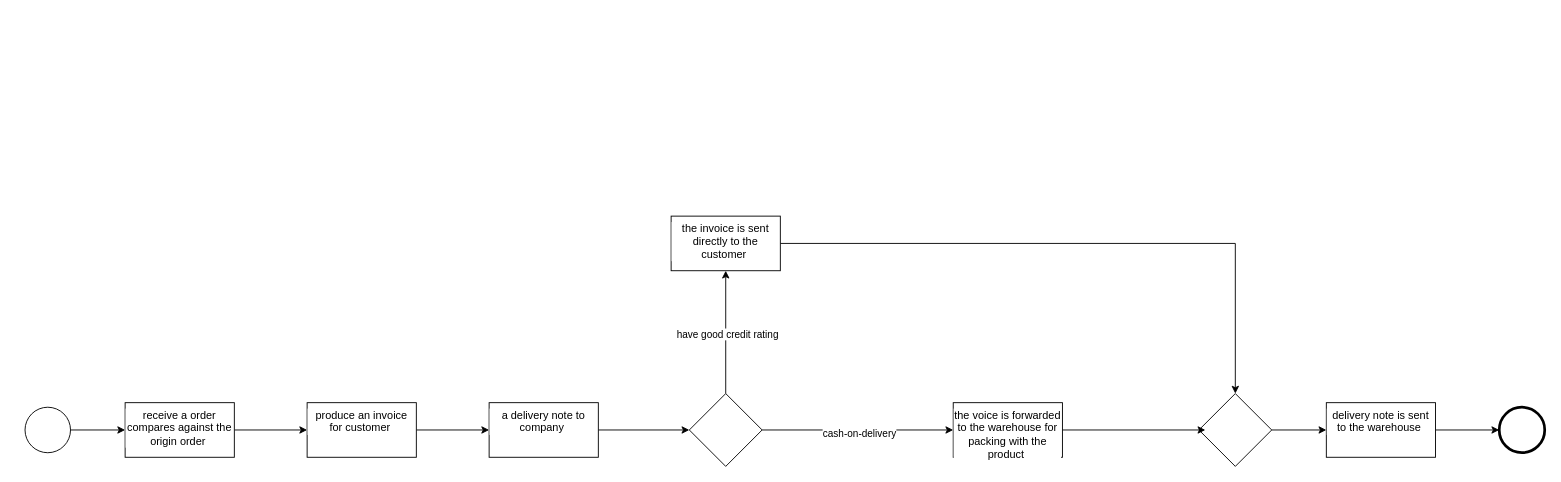
Above: LAB3.drawio in HuangKst/EnterpriseSystemArch (draw.io), before the change. Source tidied: cells renumbered, new cells numbered last; positions are measured from the earlier drawing's top-left corner, leaving out a move shared by most shapes. Both pictures are drawn from the tidied source at 91%, with x=0, y=0 at pixel (25, 216).
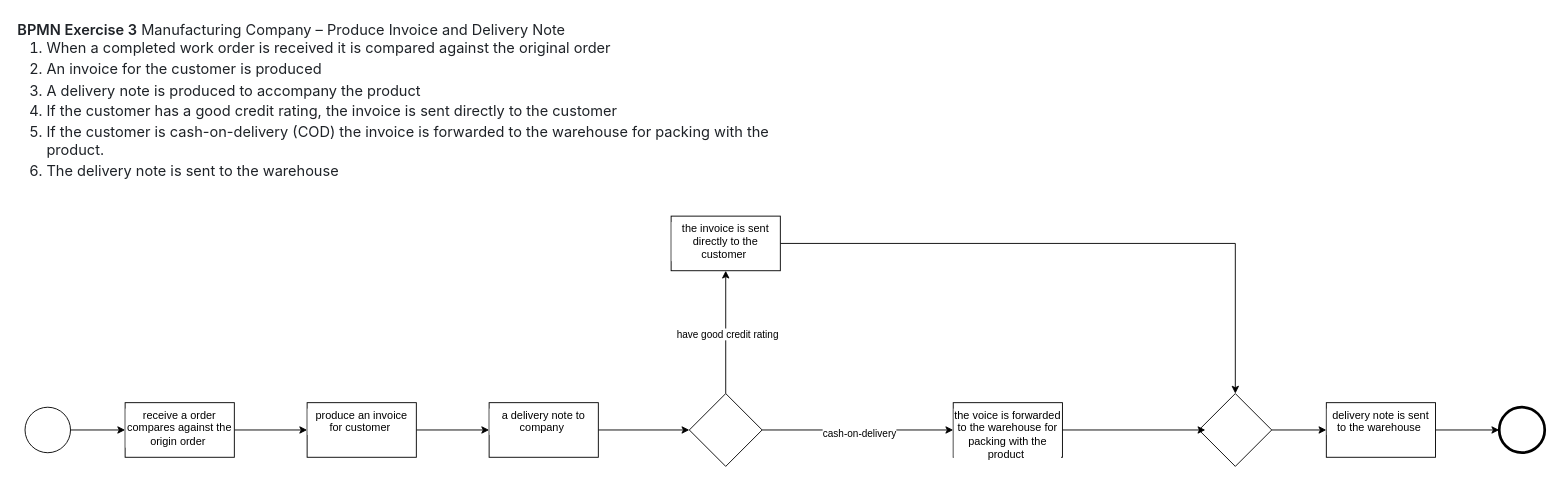
The same page after the edit.

Change to the diagram source:
```diff
@@
+    <mxCell id="24" value="&lt;p dir=&quot;auto&quot; style=&quot;box-sizing: border-box; margin-top: 0px; margin-bottom: var(--base-size-16); color: rgb(31, 35, 40); font-family: -apple-system, BlinkMacSystemFont, &amp;quot;Segoe UI&amp;quot;, &amp;quot;Noto Sans&amp;quot;, Helvetica, Arial, sans-serif, &amp;quot;Apple Color Emoji&amp;quot;, &amp;quot;Segoe UI Emoji&amp;quot;; font-size: 16px; font-style: normal; font-variant-ligatures: normal; font-variant-caps: normal; font-weight: 400; letter-spacing: normal; orphans: 2; text-align: start; text-indent: 0px; text-transform: none; widows: 2; word-spacing: 0px; -webkit-text-stroke-width: 0px; white-space: normal; background-color: rgb(255, 255, 255); text-decoration-thickness: initial; text-decoration-style: initial; text-decoration-color: initial;&quot;&gt;&lt;strong style=&quot;box-sizing: border-box; font-weight: var(--base-text-weight-semibold, 600);&quot;&gt;BPMN Exercise 3&lt;/strong&gt;&lt;span&gt;&amp;nbsp;&lt;/span&gt;Manufacturing Company – Produce Invoice and Delivery Note&lt;/p&gt;&lt;ol dir=&quot;auto&quot; style=&quot;box-sizing: border-box; padding-left: 2em; margin-top: 0px; margin-bottom: 0px !important; color: rgb(31, 35, 40); font-family: -apple-system, BlinkMacSystemFont, &amp;quot;Segoe UI&amp;quot;, &amp;quot;Noto Sans&amp;quot;, Helvetica, Arial, sans-serif, &amp;quot;Apple Color Emoji&amp;quot;, &amp;quot;Segoe UI Emoji&amp;quot;; font-size: 16px; font-style: normal; font-variant-ligatures: normal; font-variant-caps: normal; font-weight: 400; letter-spacing: normal; orphans: 2; text-align: start; text-indent: 0px; text-transform: none; widows: 2; word-spacing: 0px; -webkit-text-stroke-width: 0px; white-space: normal; background-color: rgb(255, 255, 255); text-decoration-thickness: initial; text-decoration-style: initial; text-decoration-color: initial;&quot;&gt;&lt;li style=&quot;box-sizing: border-box;&quot;&gt;When a completed work order is received it is compared against the original order&lt;/li&gt;&lt;li style=&quot;box-sizing: border-box; margin-top: 0.25em;&quot;&gt;An invoice for the customer is produced&lt;/li&gt;&lt;li style=&quot;box-sizing: border-box; margin-top: 0.25em;&quot;&gt;A delivery note is produced to accompany the product&lt;/li&gt;&lt;li style=&quot;box-sizing: border-box; margin-top: 0.25em;&quot;&gt;If the customer has a good credit rating, the invoice is sent directly to the customer&lt;/li&gt;&lt;li style=&quot;box-sizing: border-box; margin-top: 0.25em;&quot;&gt;If the customer is cash-on-delivery (COD) the invoice is forwarded to the warehouse for packing with the product.&lt;/li&gt;&lt;li style=&quot;box-sizing: border-box; margin-top: 0.25em;&quot;&gt;The delivery note is sent to the warehouse&lt;/li&gt;&lt;/ol&gt;" style="text;whiteSpace=wrap;html=1;" parent="1" vertex="1">
+      <mxGeometry x="-10" y="-220" width="880" height="190" as="geometry" />
+    </mxCell>
```
